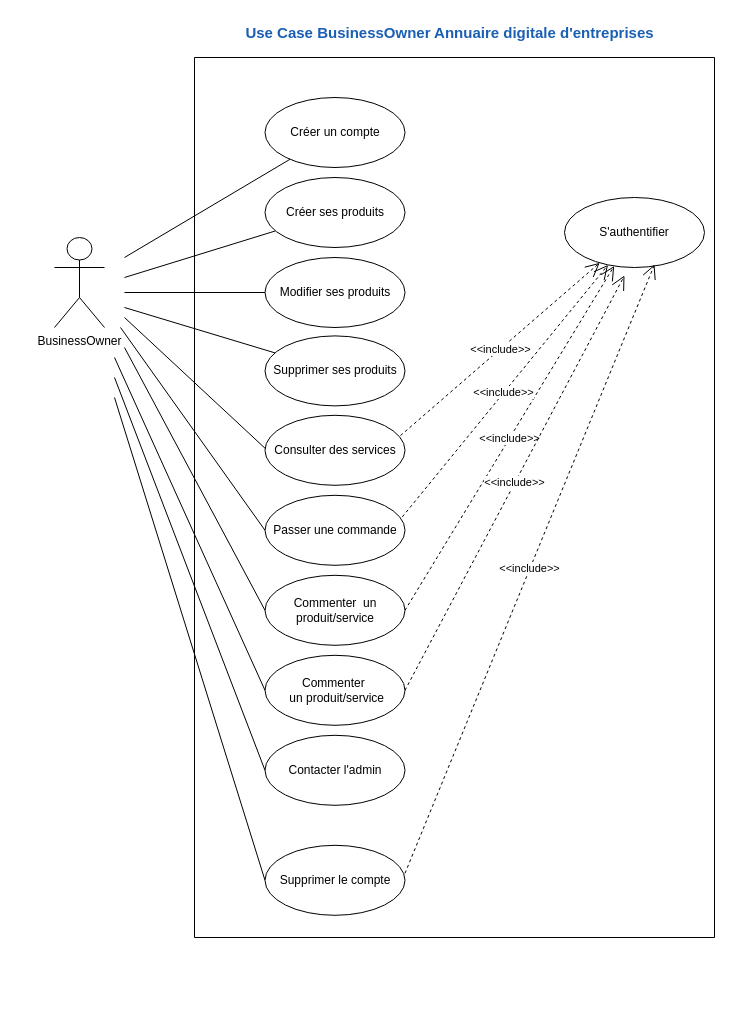
The draw.io diagram 3. UseCase_BusinessOwner.drawio in amine-elarass49/angular_doc, before the edit. Source tidied: cells renumbered, new cells numbered last; positions are measured from the earlier drawing's top-left corner, leaving out a move shared by most shapes. Both pictures are drawn from the tidied source at 100%, with x=0, y=0 at pixel (54, 17).
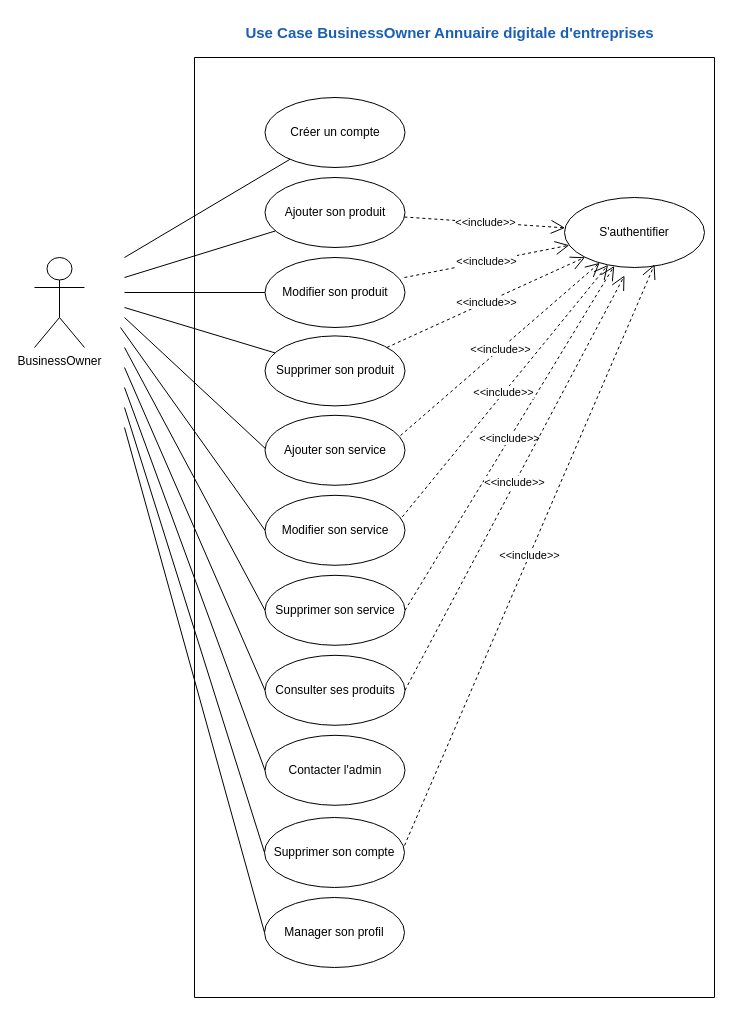
After the change.

Unchanged cells that the change refers to:
```xml
<mxCell id="4" value="S'authentifier" style="ellipse;whiteSpace=wrap;html=1;" parent="3" vertex="1">
  <mxGeometry x="370" y="140" width="140" height="70" as="geometry" />
</mxCell>
```

Diff of the diagram source:
```diff
@@
     <mxCell id="2" value="BusinessOwner" style="shape=umlActor;verticalLabelPosition=bottom;verticalAlign=top;html=1;" parent="1" vertex="1">
-      <mxGeometry y="220" width="50" height="90" as="geometry" />
+      <mxGeometry x="-20" y="240" width="50" height="90" as="geometry" />
     </mxCell>
     <mxCell id="3" style="swimlane;startSize=0;" parent="1" vertex="1">
-      <mxGeometry x="140" y="40" width="520" height="880" as="geometry" />
+      <mxGeometry x="140" y="40" width="520" height="940" as="geometry" />
     </mxCell>
@@
-    <mxCell id="8" value="Créer ses produits" style="ellipse;whiteSpace=wrap;html=1;" parent="3" vertex="1">
+    <mxCell id="8" value="Ajouter son produit" style="ellipse;whiteSpace=wrap;html=1;" parent="3" vertex="1">
       <mxGeometry x="70.5" y="120" width="140" height="70" as="geometry" />
     </mxCell>
-    <mxCell id="9" value="Modifier ses produits" style="ellipse;whiteSpace=wrap;html=1;" parent="3" vertex="1">
+    <mxCell id="9" value="Modifier son produit" style="ellipse;whiteSpace=wrap;html=1;" parent="3" vertex="1">
       <mxGeometry x="70.5" y="200" width="140" height="70" as="geometry" />
     </mxCell>
@@
-    <mxCell id="11" value="Supprimer ses produits" style="ellipse;whiteSpace=wrap;html=1;" parent="3" vertex="1">
+    <mxCell id="11" value="&lt;div&gt;Supprimer son produit&lt;/div&gt;" style="ellipse;whiteSpace=wrap;html=1;" parent="3" vertex="1">
       <mxGeometry x="70.5" y="278.4" width="140" height="70" as="geometry" />
     </mxCell>
-    <mxCell id="12" value="Consulter des services" style="ellipse;whiteSpace=wrap;html=1;" parent="3" vertex="1">
+    <mxCell id="12" value="Ajouter&amp;nbsp;son service" style="ellipse;whiteSpace=wrap;html=1;" parent="3" vertex="1">
       <mxGeometry x="70.5" y="357.8" width="140" height="70" as="geometry" />
     </mxCell>
-    <mxCell id="13" value="Passer une commande" style="ellipse;whiteSpace=wrap;html=1;" parent="3" vertex="1">
+    <mxCell id="13" value="Modifier son service" style="ellipse;whiteSpace=wrap;html=1;" parent="3" vertex="1">
       <mxGeometry x="70.5" y="437.8" width="140" height="70" as="geometry" />
     </mxCell>
-    <mxCell id="14" value="Commenter&amp;nbsp; un produit/service" style="ellipse;whiteSpace=wrap;html=1;" parent="3" vertex="1">
+    <mxCell id="14" value="Supprimer son service" style="ellipse;whiteSpace=wrap;html=1;" parent="3" vertex="1">
       <mxGeometry x="70.5" y="517.8" width="140" height="70" as="geometry" />
     </mxCell>
-    <mxCell id="15" value="&lt;div&gt;Commenter&amp;nbsp;&lt;/div&gt;&lt;div&gt;&amp;nbsp;un produit/service&lt;/div&gt;" style="ellipse;whiteSpace=wrap;html=1;" parent="3" vertex="1">
+    <mxCell id="15" value="Consulter ses produits" style="ellipse;whiteSpace=wrap;html=1;" parent="3" vertex="1">
       <mxGeometry x="70.5" y="597.8" width="140" height="70" as="geometry" />
     </mxCell>
@@
     <mxCell id="17" style="endArrow=none;html=1;rounded=0;entryX=0;entryY=0.5;entryDx=0;entryDy=0;" parent="3" edge="1">
       <mxGeometry relative="1" as="geometry">
-        <mxPoint x="-80" y="300" as="sourcePoint" />
+        <mxPoint x="-70" y="310" as="sourcePoint" />
         <mxPoint x="70.5" y="632.8" as="targetPoint" />
       </mxGeometry>
     </mxCell>
     <mxCell id="18" style="endArrow=none;html=1;rounded=0;entryX=0;entryY=0.5;entryDx=0;entryDy=0;" parent="3" edge="1">
       <mxGeometry relative="1" as="geometry">
-        <mxPoint x="-80" y="320" as="sourcePoint" />
+        <mxPoint x="-70" y="330" as="sourcePoint" />
         <mxPoint x="70.5" y="712.8" as="targetPoint" />
       </mxGeometry>
     </mxCell>
@@
+    <mxCell id="26" value="Supprimer&amp;nbsp;son compte" style="ellipse;whiteSpace=wrap;html=1;" parent="3" vertex="1">
+      <mxGeometry x="70" y="760" width="140" height="70" as="geometry" />
+    </mxCell>
+    <mxCell id="27" value="&amp;lt;&amp;lt;include&amp;gt;&amp;gt;" style="endArrow=open;endSize=12;dashed=1;html=1;rounded=0;exitX=1;exitY=0.4;exitDx=0;exitDy=0;exitPerimeter=0;entryX=0.643;entryY=0.957;entryDx=0;entryDy=0;entryPerimeter=0;" parent="3" edge="1" source="26" target="4">
+      <mxGeometry relative="1" as="geometry" />
+    </mxCell>
+    <mxCell id="31" value="&amp;lt;&amp;lt;include&amp;gt;&amp;gt;" style="endArrow=open;endSize=12;dashed=1;html=1;rounded=0;entryX=0;entryY=1;entryDx=0;entryDy=0;" parent="3" edge="1" source="11" target="4">
+      <mxGeometry relative="1" as="geometry" />
+    </mxCell>
+    <mxCell id="32" value="&amp;lt;&amp;lt;include&amp;gt;&amp;gt;" style="endArrow=open;endSize=12;dashed=1;html=1;rounded=0;exitX=0.996;exitY=0.286;exitDx=0;exitDy=0;exitPerimeter=0;" parent="3" edge="1" source="9" target="4">
+      <mxGeometry relative="1" as="geometry" />
+    </mxCell>
+    <mxCell id="33" value="&amp;lt;&amp;lt;include&amp;gt;&amp;gt;" style="endArrow=open;endSize=12;dashed=1;html=1;rounded=0;" parent="3" edge="1" source="8" target="4">
+      <mxGeometry relative="1" as="geometry" />
+    </mxCell>
@@
     <mxCell id="25" style="endArrow=none;html=1;rounded=0;entryX=0;entryY=0.5;entryDx=0;entryDy=0;" parent="1" edge="1" target="26">
       <mxGeometry relative="1" as="geometry">
-        <mxPoint x="60" y="380" as="sourcePoint" />
+        <mxPoint x="70" y="390" as="sourcePoint" />
       </mxGeometry>
     </mxCell>
-    <mxCell id="26" value="Supprimer le compte" style="ellipse;whiteSpace=wrap;html=1;" parent="1" vertex="1">
-      <mxGeometry x="210.5" y="827.8" width="140" height="70" as="geometry" />
-    </mxCell>
-    <mxCell id="27" value="&amp;lt;&amp;lt;include&amp;gt;&amp;gt;" style="endArrow=open;endSize=12;dashed=1;html=1;rounded=0;exitX=1;exitY=0.4;exitDx=0;exitDy=0;exitPerimeter=0;entryX=0.643;entryY=0.957;entryDx=0;entryDy=0;entryPerimeter=0;" parent="1" edge="1" source="26" target="4">
-      <mxGeometry relative="1" as="geometry" />
-    </mxCell>
@@
+    <mxCell id="34" value="Manager son profil" style="ellipse;whiteSpace=wrap;html=1;" parent="1" vertex="1">
+      <mxGeometry x="210" y="880" width="140" height="70" as="geometry" />
+    </mxCell>
+    <mxCell id="35" style="endArrow=none;html=1;rounded=0;entryX=0;entryY=0.5;entryDx=0;entryDy=0;" parent="1" edge="1" target="34">
+      <mxGeometry relative="1" as="geometry">
+        <mxPoint x="70" y="410" as="sourcePoint" />
+      </mxGeometry>
+    </mxCell>
```
